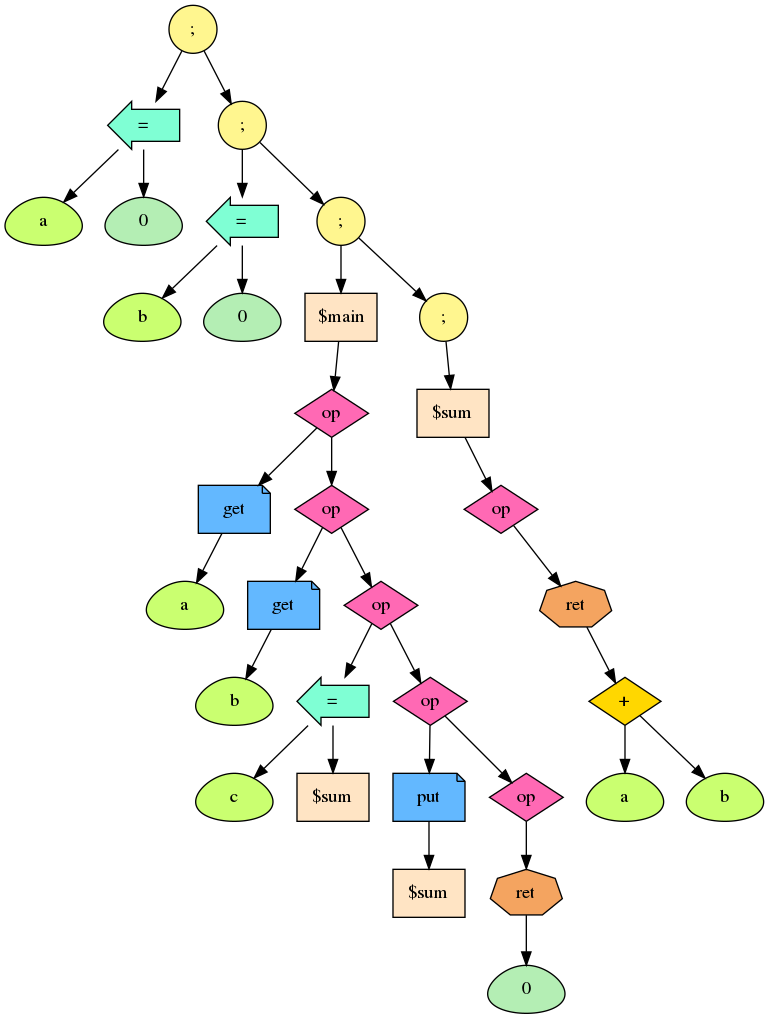
The Graphviz diagram my_dot/temp.png in BiscuitsLayer/9_MyLanguage, before a commit. Its source is kept beside it as my_dot/temp.dot. Source of this version:
```dot
digraph G {
fontsize = 50
93913918579744[label = ";", style = "filled", fillcolor = "khaki1", shape = "circle"]
93913918579872[label = "=", style = "filled", fillcolor = "aquamarine", shape = "larrow"]
93913918579744 -> 93913918579872
93913918579872[label = "=", style = "filled", fillcolor = "aquamarine", shape = "larrow"]
93913918579936[label = "a", style = "filled", fillcolor = "darkolivegreen1", shape = "egg"]
93913918579872 -> 93913918579936
93913918579936[label = "a", style = "filled", fillcolor = "darkolivegreen1", shape = "egg"]
93913918579872[label = "=", style = "filled", fillcolor = "aquamarine", shape = "larrow"]
93913918580192[label = "0", style = "filled", fillcolor = "darkseagreen2", shape = "egg"]
93913918579872 -> 93913918580192
93913918580192[label = "0", style = "filled", fillcolor = "darkseagreen2", shape = "egg"]
93913918579744[label = ";", style = "filled", fillcolor = "khaki1", shape = "circle"]
93913918580256[label = ";", style = "filled", fillcolor = "khaki1", shape = "circle"]
93913918579744 -> 93913918580256
93913918580256[label = ";", style = "filled", fillcolor = "khaki1", shape = "circle"]
93913918580384[label = "=", style = "filled", fillcolor = "aquamarine", shape = "larrow"]
93913918580256 -> 93913918580384
93913918580384[label = "=", style = "filled", fillcolor = "aquamarine", shape = "larrow"]
93913918580448[label = "b", style = "filled", fillcolor = "darkolivegreen1", shape = "egg"]
93913918580384 -> 93913918580448
93913918580448[label = "b", style = "filled", fillcolor = "darkolivegreen1", shape = "egg"]
93913918580384[label = "=", style = "filled", fillcolor = "aquamarine", shape = "larrow"]
93913918580704[label = "0", style = "filled", fillcolor = "darkseagreen2", shape = "egg"]
93913918580384 -> 93913918580704
93913918580704[label = "0", style = "filled", fillcolor = "darkseagreen2", shape = "egg"]
93913918580256[label = ";", style = "filled", fillcolor = "khaki1", shape = "circle"]
93913918580768[label = ";", style = "filled", fillcolor = "khaki1", shape = "circle"]
93913918580256 -> 93913918580768
93913918580768[label = ";", style = "filled", fillcolor = "khaki1", shape = "circle"]
93913918580896[label = "$main", style = "filled", fillcolor = "bisque", shape = "box"]
93913918580768 -> 93913918580896
93913918580896[label = "$main", style = "filled", fillcolor = "bisque", shape = "box"]
93913918581152[label = "op", style = "filled", fillcolor = "hotpink", shape = "diamond"]
93913918580896 -> 93913918581152
93913918581152[label = "op", style = "filled", fillcolor = "hotpink", shape = "diamond"]
93913918581280[label = "get", style = "filled", fillcolor = "steelblue1", shape = "note"]
93913918581152 -> 93913918581280
93913918581280[label = "get", style = "filled", fillcolor = "steelblue1", shape = "note"]
93913918581408[label = "a", style = "filled", fillcolor = "darkolivegreen1", shape = "egg"]
93913918581280 -> 93913918581408
93913918581408[label = "a", style = "filled", fillcolor = "darkolivegreen1", shape = "egg"]
93913918581152[label = "op", style = "filled", fillcolor = "hotpink", shape = "diamond"]
93913918581536[label = "op", style = "filled", fillcolor = "hotpink", shape = "diamond"]
93913918581152 -> 93913918581536
93913918581536[label = "op", style = "filled", fillcolor = "hotpink", shape = "diamond"]
93913918581664[label = "get", style = "filled", fillcolor = "steelblue1", shape = "note"]
93913918581536 -> 93913918581664
93913918581664[label = "get", style = "filled", fillcolor = "steelblue1", shape = "note"]
93913918581792[label = "b", style = "filled", fillcolor = "darkolivegreen1", shape = "egg"]
93913918581664 -> 93913918581792
93913918581792[label = "b", style = "filled", fillcolor = "darkolivegreen1", shape = "egg"]
93913918581536[label = "op", style = "filled", fillcolor = "hotpink", shape = "diamond"]
93913918581920[label = "op", style = "filled", fillcolor = "hotpink", shape = "diamond"]
93913918581536 -> 93913918581920
93913918581920[label = "op", style = "filled", fillcolor = "hotpink", shape = "diamond"]
93913918582048[label = "=", style = "filled", fillcolor = "aquamarine", shape = "larrow"]
93913918581920 -> 93913918582048
93913918582048[label = "=", style = "filled", fillcolor = "aquamarine", shape = "larrow"]
93913918582112[label = "c", style = "filled", fillcolor = "darkolivegreen1", shape = "egg"]
93913918582048 -> 93913918582112
93913918582112[label = "c", style = "filled", fillcolor = "darkolivegreen1", shape = "egg"]
93913918582048[label = "=", style = "filled", fillcolor = "aquamarine", shape = "larrow"]
93913918582176[label = "$sum", style = "filled", fillcolor = "bisque", shape = "box"]
93913918582048 -> 93913918582176
93913918582176[label = "$sum", style = "filled", fillcolor = "bisque", shape = "box"]
93913918581920[label = "op", style = "filled", fillcolor = "hotpink", shape = "diamond"]
93913918582432[label = "op", style = "filled", fillcolor = "hotpink", shape = "diamond"]
93913918581920 -> 93913918582432
93913918582432[label = "op", style = "filled", fillcolor = "hotpink", shape = "diamond"]
93913918582560[label = "put", style = "filled", fillcolor = "steelblue1", shape = "note"]
93913918582432 -> 93913918582560
93913918582560[label = "put", style = "filled", fillcolor = "steelblue1", shape = "note"]
93913918582688[label = "$sum", style = "filled", fillcolor = "bisque", shape = "box"]
93913918582560 -> 93913918582688
93913918582688[label = "$sum", style = "filled", fillcolor = "bisque", shape = "box"]
93913918582432[label = "op", style = "filled", fillcolor = "hotpink", shape = "diamond"]
93913918582944[label = "op", style = "filled", fillcolor = "hotpink", shape = "diamond"]
93913918582432 -> 93913918582944
93913918582944[label = "op", style = "filled", fillcolor = "hotpink", shape = "diamond"]
93913918583072[label = "ret", style = "filled", fillcolor = "sandybrown", shape = "septagon"]
93913918582944 -> 93913918583072
93913918583072[label = "ret", style = "filled", fillcolor = "sandybrown", shape = "septagon"]
93913918583328[label = "0", style = "filled", fillcolor = "darkseagreen2", shape = "egg"]
93913918583072 -> 93913918583328
93913918583328[label = "0", style = "filled", fillcolor = "darkseagreen2", shape = "egg"]
93913918580768[label = ";", style = "filled", fillcolor = "khaki1", shape = "circle"]
93913918583392[label = ";", style = "filled", fillcolor = "khaki1", shape = "circle"]
93913918580768 -> 93913918583392
93913918583392[label = ";", style = "filled", fillcolor = "khaki1", shape = "circle"]
93913918583520[label = "$sum", style = "filled", fillcolor = "bisque", shape = "box"]
93913918583392 -> 93913918583520
93913918583520[label = "$sum", style = "filled", fillcolor = "bisque", shape = "box"]
93913918583776[label = "op", style = "filled", fillcolor = "hotpink", shape = "diamond"]
93913918583520 -> 93913918583776
93913918583776[label = "op", style = "filled", fillcolor = "hotpink", shape = "diamond"]
93913918591728[label = "ret", style = "filled", fillcolor = "sandybrown", shape = "septagon"]
93913918583776 -> 93913918591728
93913918591728[label = "ret", style = "filled", fillcolor = "sandybrown", shape = "septagon"]
93913918591792[label = "+", style = "filled", fillcolor = "gold", shape = "diamond"]
93913918591728 -> 93913918591792
93913918591792[label = "+", style = "filled", fillcolor = "gold", shape = "diamond"]
93913918591984[label = "a", style = "filled", fillcolor = "darkolivegreen1", shape = "egg"]
93913918591792 -> 93913918591984
93913918591984[label = "a", style = "filled", fillcolor = "darkolivegreen1", shape = "egg"]
93913918591792[label = "+", style = "filled", fillcolor = "gold", shape = "diamond"]
93913918592176[label = "b", style = "filled", fillcolor = "darkolivegreen1", shape = "egg"]
93913918591792 -> 93913918592176
93913918592176[label = "b", style = "filled", fillcolor = "darkolivegreen1", shape = "egg"]
}
```
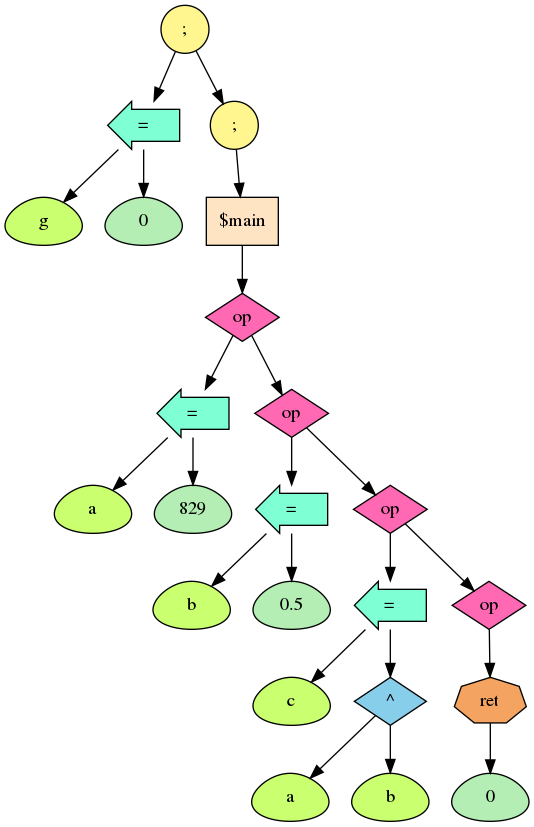
After the change.

Diff of the diagram source:
```diff
@@ -1,111 +1,79 @@
 digraph G {
 fontsize = 50
-93913918579744[label = ";", style = "filled", fillcolor = "khaki1", shape = "circle"]
-93913918579872[label = "=", style = "filled", fillcolor = "aquamarine", shape = "larrow"]
-93913918579744 -> 93913918579872
-93913918579872[label = "=", style = "filled", fillcolor = "aquamarine", shape = "larrow"]
-93913918579936[label = "a", style = "filled", fillcolor = "darkolivegreen1", shape = "egg"]
-93913918579872 -> 93913918579936
-93913918579936[label = "a", style = "filled", fillcolor = "darkolivegreen1", shape = "egg"]
-93913918579872[label = "=", style = "filled", fillcolor = "aquamarine", shape = "larrow"]
-93913918580192[label = "0", style = "filled", fillcolor = "darkseagreen2", shape = "egg"]
-93913918579872 -> 93913918580192
-93913918580192[label = "0", style = "filled", fillcolor = "darkseagreen2", shape = "egg"]
-93913918579744[label = ";", style = "filled", fillcolor = "khaki1", shape = "circle"]
-93913918580256[label = ";", style = "filled", fillcolor = "khaki1", shape = "circle"]
-93913918579744 -> 93913918580256
-93913918580256[label = ";", style = "filled", fillcolor = "khaki1", shape = "circle"]
-93913918580384[label = "=", style = "filled", fillcolor = "aquamarine", shape = "larrow"]
-93913918580256 -> 93913918580384
-93913918580384[label = "=", style = "filled", fillcolor = "aquamarine", shape = "larrow"]
-93913918580448[label = "b", style = "filled", fillcolor = "darkolivegreen1", shape = "egg"]
-93913918580384 -> 93913918580448
-93913918580448[label = "b", style = "filled", fillcolor = "darkolivegreen1", shape = "egg"]
-93913918580384[label = "=", style = "filled", fillcolor = "aquamarine", shape = "larrow"]
-93913918580704[label = "0", style = "filled", fillcolor = "darkseagreen2", shape = "egg"]
-93913918580384 -> 93913918580704
-93913918580704[label = "0", style = "filled", fillcolor = "darkseagreen2", shape = "egg"]
-93913918580256[label = ";", style = "filled", fillcolor = "khaki1", shape = "circle"]
-93913918580768[label = ";", style = "filled", fillcolor = "khaki1", shape = "circle"]
-93913918580256 -> 93913918580768
-93913918580768[label = ";", style = "filled", fillcolor = "khaki1", shape = "circle"]
-93913918580896[label = "$main", style = "filled", fillcolor = "bisque", shape = "box"]
-93913918580768 -> 93913918580896
-93913918580896[label = "$main", style = "filled", fillcolor = "bisque", shape = "box"]
-93913918581152[label = "op", style = "filled", fillcolor = "hotpink", shape = "diamond"]
-93913918580896 -> 93913918581152
-93913918581152[label = "op", style = "filled", fillcolor = "hotpink", shape = "diamond"]
-93913918581280[label = "get", style = "filled", fillcolor = "steelblue1", shape = "note"]
-93913918581152 -> 93913918581280
-93913918581280[label = "get", style = "filled", fillcolor = "steelblue1", shape = "note"]
-93913918581408[label = "a", style = "filled", fillcolor = "darkolivegreen1", shape = "egg"]
-93913918581280 -> 93913918581408
-93913918581408[label = "a", style = "filled", fillcolor = "darkolivegreen1", shape = "egg"]
-93913918581152[label = "op", style = "filled", fillcolor = "hotpink", shape = "diamond"]
-93913918581536[label = "op", style = "filled", fillcolor = "hotpink", shape = "diamond"]
-93913918581152 -> 93913918581536
-93913918581536[label = "op", style = "filled", fillcolor = "hotpink", shape = "diamond"]
-93913918581664[label = "get", style = "filled", fillcolor = "steelblue1", shape = "note"]
-93913918581536 -> 93913918581664
-93913918581664[label = "get", style = "filled", fillcolor = "steelblue1", shape = "note"]
-93913918581792[label = "b", style = "filled", fillcolor = "darkolivegreen1", shape = "egg"]
-93913918581664 -> 93913918581792
-93913918581792[label = "b", style = "filled", fillcolor = "darkolivegreen1", shape = "egg"]
-93913918581536[label = "op", style = "filled", fillcolor = "hotpink", shape = "diamond"]
-93913918581920[label = "op", style = "filled", fillcolor = "hotpink", shape = "diamond"]
-93913918581536 -> 93913918581920
-93913918581920[label = "op", style = "filled", fillcolor = "hotpink", shape = "diamond"]
-93913918582048[label = "=", style = "filled", fillcolor = "aquamarine", shape = "larrow"]
-93913918581920 -> 93913918582048
-93913918582048[label = "=", style = "filled", fillcolor = "aquamarine", shape = "larrow"]
-93913918582112[label = "c", style = "filled", fillcolor = "darkolivegreen1", shape = "egg"]
-93913918582048 -> 93913918582112
-93913918582112[label = "c", style = "filled", fillcolor = "darkolivegreen1", shape = "egg"]
-93913918582048[label = "=", style = "filled", fillcolor = "aquamarine", shape = "larrow"]
-93913918582176[label = "$sum", style = "filled", fillcolor = "bisque", shape = "box"]
-93913918582048 -> 93913918582176
-93913918582176[label = "$sum", style = "filled", fillcolor = "bisque", shape = "box"]
-93913918581920[label = "op", style = "filled", fillcolor = "hotpink", shape = "diamond"]
-93913918582432[label = "op", style = "filled", fillcolor = "hotpink", shape = "diamond"]
-93913918581920 -> 93913918582432
-93913918582432[label = "op", style = "filled", fillcolor = "hotpink", shape = "diamond"]
-93913918582560[label = "put", style = "filled", fillcolor = "steelblue1", shape = "note"]
-93913918582432 -> 93913918582560
-93913918582560[label = "put", style = "filled", fillcolor = "steelblue1", shape = "note"]
-93913918582688[label = "$sum", style = "filled", fillcolor = "bisque", shape = "box"]
-93913918582560 -> 93913918582688
-93913918582688[label = "$sum", style = "filled", fillcolor = "bisque", shape = "box"]
-93913918582432[label = "op", style = "filled", fillcolor = "hotpink", shape = "diamond"]
-93913918582944[label = "op", style = "filled", fillcolor = "hotpink", shape = "diamond"]
-93913918582432 -> 93913918582944
-93913918582944[label = "op", style = "filled", fillcolor = "hotpink", shape = "diamond"]
-93913918583072[label = "ret", style = "filled", fillcolor = "sandybrown", shape = "septagon"]
-93913918582944 -> 93913918583072
-93913918583072[label = "ret", style = "filled", fillcolor = "sandybrown", shape = "septagon"]
-93913918583328[label = "0", style = "filled", fillcolor = "darkseagreen2", shape = "egg"]
-93913918583072 -> 93913918583328
-93913918583328[label = "0", style = "filled", fillcolor = "darkseagreen2", shape = "egg"]
-93913918580768[label = ";", style = "filled", fillcolor = "khaki1", shape = "circle"]
-93913918583392[label = ";", style = "filled", fillcolor = "khaki1", shape = "circle"]
-93913918580768 -> 93913918583392
-93913918583392[label = ";", style = "filled", fillcolor = "khaki1", shape = "circle"]
-93913918583520[label = "$sum", style = "filled", fillcolor = "bisque", shape = "box"]
-93913918583392 -> 93913918583520
-93913918583520[label = "$sum", style = "filled", fillcolor = "bisque", shape = "box"]
-93913918583776[label = "op", style = "filled", fillcolor = "hotpink", shape = "diamond"]
-93913918583520 -> 93913918583776
-93913918583776[label = "op", style = "filled", fillcolor = "hotpink", shape = "diamond"]
-93913918591728[label = "ret", style = "filled", fillcolor = "sandybrown", shape = "septagon"]
-93913918583776 -> 93913918591728
-93913918591728[label = "ret", style = "filled", fillcolor = "sandybrown", shape = "septagon"]
-93913918591792[label = "+", style = "filled", fillcolor = "gold", shape = "diamond"]
-93913918591728 -> 93913918591792
-93913918591792[label = "+", style = "filled", fillcolor = "gold", shape = "diamond"]
-93913918591984[label = "a", style = "filled", fillcolor = "darkolivegreen1", shape = "egg"]
-93913918591792 -> 93913918591984
-93913918591984[label = "a", style = "filled", fillcolor = "darkolivegreen1", shape = "egg"]
-93913918591792[label = "+", style = "filled", fillcolor = "gold", shape = "diamond"]
-93913918592176[label = "b", style = "filled", fillcolor = "darkolivegreen1", shape = "egg"]
-93913918591792 -> 93913918592176
-93913918592176[label = "b", style = "filled", fillcolor = "darkolivegreen1", shape = "egg"]
+94730006502176[label = ";", style = "filled", fillcolor = "khaki1", shape = "circle"]
+94730006502304[label = "=", style = "filled", fillcolor = "aquamarine", shape = "larrow"]
+94730006502176 -> 94730006502304
+94730006502304[label = "=", style = "filled", fillcolor = "aquamarine", shape = "larrow"]
+94730006502368[label = "g", style = "filled", fillcolor = "darkolivegreen1", shape = "egg"]
+94730006502304 -> 94730006502368
+94730006502368[label = "g", style = "filled", fillcolor = "darkolivegreen1", shape = "egg"]
+94730006502304[label = "=", style = "filled", fillcolor = "aquamarine", shape = "larrow"]
+94730006502624[label = "0", style = "filled", fillcolor = "darkseagreen2", shape = "egg"]
+94730006502304 -> 94730006502624
+94730006502624[label = "0", style = "filled", fillcolor = "darkseagreen2", shape = "egg"]
+94730006502176[label = ";", style = "filled", fillcolor = "khaki1", shape = "circle"]
+94730006502688[label = ";", style = "filled", fillcolor = "khaki1", shape = "circle"]
+94730006502176 -> 94730006502688
+94730006502688[label = ";", style = "filled", fillcolor = "khaki1", shape = "circle"]
+94730006502816[label = "$main", style = "filled", fillcolor = "bisque", shape = "box"]
+94730006502688 -> 94730006502816
+94730006502816[label = "$main", style = "filled", fillcolor = "bisque", shape = "box"]
+94730006503072[label = "op", style = "filled", fillcolor = "hotpink", shape = "diamond"]
+94730006502816 -> 94730006503072
+94730006503072[label = "op", style = "filled", fillcolor = "hotpink", shape = "diamond"]
+94730006503200[label = "=", style = "filled", fillcolor = "aquamarine", shape = "larrow"]
+94730006503072 -> 94730006503200
+94730006503200[label = "=", style = "filled", fillcolor = "aquamarine", shape = "larrow"]
+94730006503264[label = "a", style = "filled", fillcolor = "darkolivegreen1", shape = "egg"]
+94730006503200 -> 94730006503264
+94730006503264[label = "a", style = "filled", fillcolor = "darkolivegreen1", shape = "egg"]
+94730006503200[label = "=", style = "filled", fillcolor = "aquamarine", shape = "larrow"]
+94730006503520[label = "829", style = "filled", fillcolor = "darkseagreen2", shape = "egg"]
+94730006503200 -> 94730006503520
+94730006503520[label = "829", style = "filled", fillcolor = "darkseagreen2", shape = "egg"]
+94730006503072[label = "op", style = "filled", fillcolor = "hotpink", shape = "diamond"]
+94730006503648[label = "op", style = "filled", fillcolor = "hotpink", shape = "diamond"]
+94730006503072 -> 94730006503648
+94730006503648[label = "op", style = "filled", fillcolor = "hotpink", shape = "diamond"]
+94730006503776[label = "=", style = "filled", fillcolor = "aquamarine", shape = "larrow"]
+94730006503648 -> 94730006503776
+94730006503776[label = "=", style = "filled", fillcolor = "aquamarine", shape = "larrow"]
+94730006503840[label = "b", style = "filled", fillcolor = "darkolivegreen1", shape = "egg"]
+94730006503776 -> 94730006503840
+94730006503840[label = "b", style = "filled", fillcolor = "darkolivegreen1", shape = "egg"]
+94730006503776[label = "=", style = "filled", fillcolor = "aquamarine", shape = "larrow"]
+94730006504096[label = "0.5", style = "filled", fillcolor = "darkseagreen2", shape = "egg"]
+94730006503776 -> 94730006504096
+94730006504096[label = "0.5", style = "filled", fillcolor = "darkseagreen2", shape = "egg"]
+94730006503648[label = "op", style = "filled", fillcolor = "hotpink", shape = "diamond"]
+94730006504224[label = "op", style = "filled", fillcolor = "hotpink", shape = "diamond"]
+94730006503648 -> 94730006504224
+94730006504224[label = "op", style = "filled", fillcolor = "hotpink", shape = "diamond"]
+94730006504352[label = "=", style = "filled", fillcolor = "aquamarine", shape = "larrow"]
+94730006504224 -> 94730006504352
+94730006504352[label = "=", style = "filled", fillcolor = "aquamarine", shape = "larrow"]
+94730006504416[label = "c", style = "filled", fillcolor = "darkolivegreen1", shape = "egg"]
+94730006504352 -> 94730006504416
+94730006504416[label = "c", style = "filled", fillcolor = "darkolivegreen1", shape = "egg"]
+94730006504352[label = "=", style = "filled", fillcolor = "aquamarine", shape = "larrow"]
+94730006504608[label = "^", style = "filled", fillcolor = "skyblue", shape = "diamond"]
+94730006504352 -> 94730006504608
+94730006504608[label = "^", style = "filled", fillcolor = "skyblue", shape = "diamond"]
+94730006504672[label = "a", style = "filled", fillcolor = "darkolivegreen1", shape = "egg"]
+94730006504608 -> 94730006504672
+94730006504672[label = "a", style = "filled", fillcolor = "darkolivegreen1", shape = "egg"]
+94730006504608[label = "^", style = "filled", fillcolor = "skyblue", shape = "diamond"]
+94730006504736[label = "b", style = "filled", fillcolor = "darkolivegreen1", shape = "egg"]
+94730006504608 -> 94730006504736
+94730006504736[label = "b", style = "filled", fillcolor = "darkolivegreen1", shape = "egg"]
+94730006504224[label = "op", style = "filled", fillcolor = "hotpink", shape = "diamond"]
+94730006504864[label = "op", style = "filled", fillcolor = "hotpink", shape = "diamond"]
+94730006504224 -> 94730006504864
+94730006504864[label = "op", style = "filled", fillcolor = "hotpink", shape = "diamond"]
+94730006504992[label = "ret", style = "filled", fillcolor = "sandybrown", shape = "septagon"]
+94730006504864 -> 94730006504992
+94730006504992[label = "ret", style = "filled", fillcolor = "sandybrown", shape = "septagon"]
+94730006505248[label = "0", style = "filled", fillcolor = "darkseagreen2", shape = "egg"]
+94730006504992 -> 94730006505248
+94730006505248[label = "0", style = "filled", fillcolor = "darkseagreen2", shape = "egg"]
 }
```
